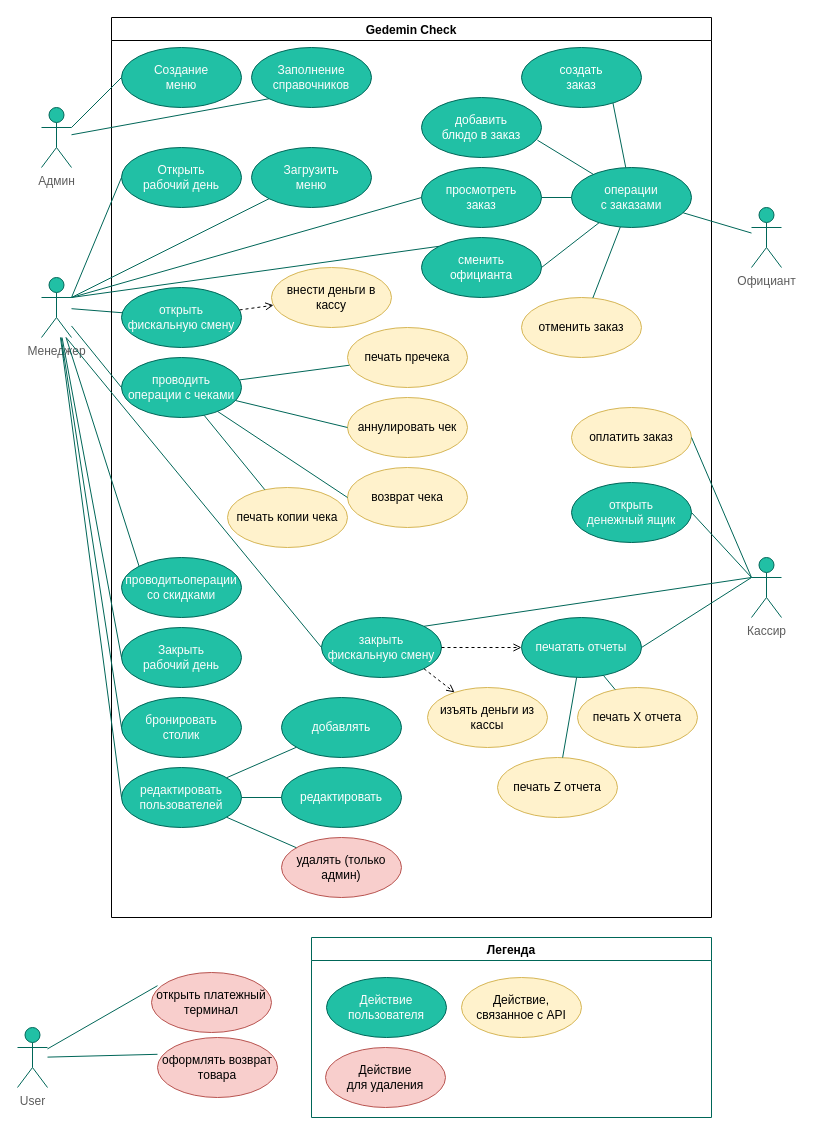
Before: GedeminCheck/Description/Gedemin Check Ресторан -  Use Case.drawio in gsbelarus/check-and-cash, a draw.io diagram. Source tidied: cells renumbered, new cells numbered last; positions are measured from the earlier drawing's top-left corner, leaving out a move shared by most shapes. Both pictures are drawn from the tidied source at 100%, with x=0, y=0 at pixel (17, 17).
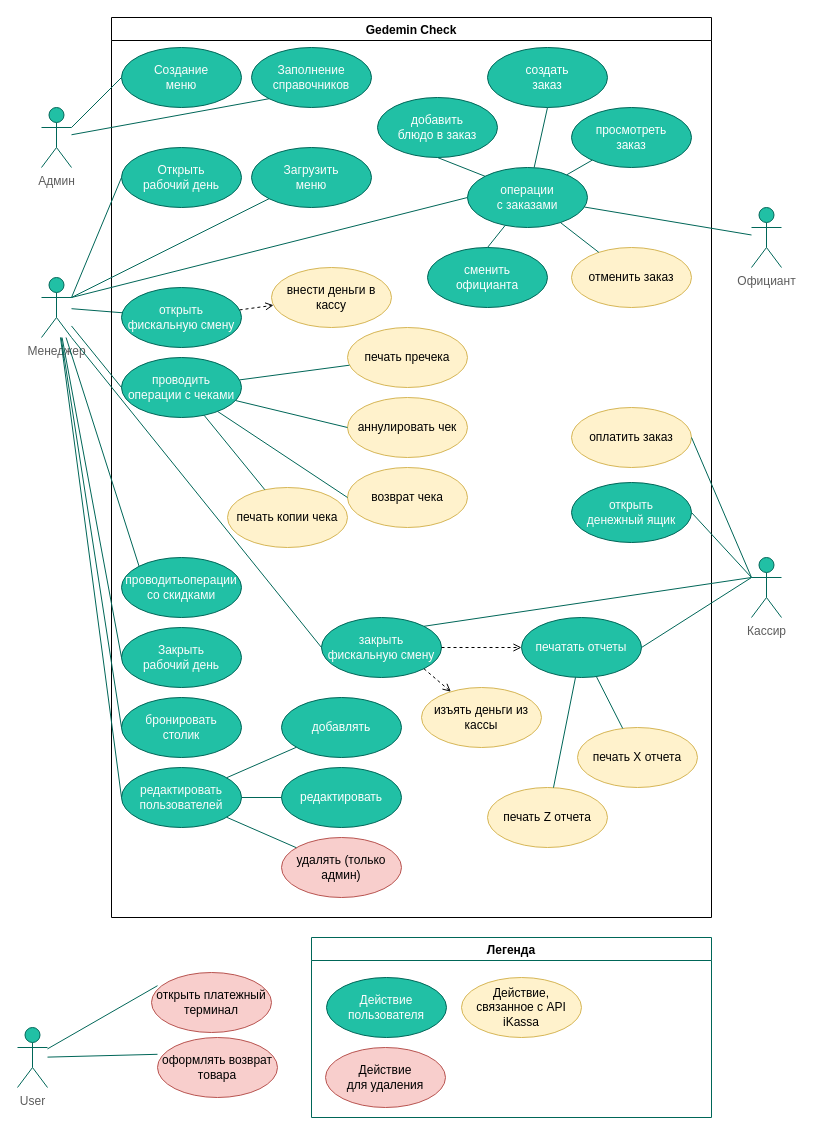
Above is the later version.

Unchanged cells that the change refers to:
```xml
<mxCell id="4" value="Gedemin Check" style="swimlane;fillColor=none;strokeColor=#000000;" parent="1" vertex="1">
  <mxGeometry x="94" width="600" height="900" as="geometry" />
</mxCell>
<mxCell id="5" value="закрыть&lt;br&gt;фискальную смену" style="ellipse;whiteSpace=wrap;html=1;fillColor=#21C0A5;strokeColor=#006658;fontColor=#FCFCFC;" parent="4" vertex="1">
  <mxGeometry x="210" y="600" width="120" height="60" as="geometry" />
</mxCell>
<mxCell id="21" value="открыть&lt;br&gt;денежный ящик" style="ellipse;whiteSpace=wrap;html=1;fillColor=#21C0A5;strokeColor=#006658;fontColor=#FCFCFC;" parent="4" vertex="1">
  <mxGeometry x="460" y="465" width="120" height="60" as="geometry" />
</mxCell>
<mxCell id="43" value="печатать отчеты" style="ellipse;whiteSpace=wrap;html=1;fillColor=#21C0A5;strokeColor=#006658;fontColor=#FCFCFC;" parent="4" vertex="1">
  <mxGeometry x="410" y="600" width="120" height="60" as="geometry" />
</mxCell>
<mxCell id="59" value="Менеджер" style="shape=umlActor;verticalLabelPosition=bottom;verticalAlign=top;html=1;outlineConnect=0;fillColor=#21C0A5;strokeColor=#006658;fontColor=#5C5C5C;align=center;" parent="1" vertex="1">
  <mxGeometry x="24" y="260" width="30" height="60" as="geometry" />
</mxCell>
<mxCell id="61" value="Кассир" style="shape=umlActor;verticalLabelPosition=bottom;verticalAlign=top;html=1;outlineConnect=0;fillColor=#21C0A5;strokeColor=#006658;fontColor=#5C5C5C;" parent="1" vertex="1">
  <mxGeometry x="734" y="540" width="30" height="60" as="geometry" />
</mxCell>
<mxCell id="74" value="Легенда" style="swimlane;fontColor=#000000;strokeColor=#006658;fillColor=default;" parent="1" vertex="1">
  <mxGeometry x="294" y="920" width="400" height="180" as="geometry" />
</mxCell>
```

What changed in the source:
```diff
@@
     <mxCell id="8" value="создать&lt;br&gt;заказ" style="ellipse;whiteSpace=wrap;html=1;fillColor=#21C0A5;strokeColor=#006658;fontColor=#FFFFFF;" parent="4" vertex="1">
-      <mxGeometry x="410" y="30" width="120" height="60" as="geometry" />
+      <mxGeometry x="376" y="30" width="120" height="60" as="geometry" />
     </mxCell>
@@
     <mxCell id="10" value="изъять деньги из кассы" style="ellipse;whiteSpace=wrap;html=1;fillColor=#fff2cc;strokeColor=#d6b656;" parent="4" vertex="1">
-      <mxGeometry x="316" y="670" width="120" height="60" as="geometry" />
+      <mxGeometry x="310" y="670" width="120" height="60" as="geometry" />
     </mxCell>
@@
     <mxCell id="13" value="просмотреть&lt;br&gt;заказ" style="ellipse;whiteSpace=wrap;html=1;fillColor=#21C0A5;strokeColor=#006658;fontColor=#FFFFFF;" parent="4" vertex="1">
-      <mxGeometry x="310" y="150" width="120" height="60" as="geometry" />
+      <mxGeometry x="460" y="90" width="120" height="60" as="geometry" />
     </mxCell>
     <mxCell id="14" value="отменить заказ" style="ellipse;whiteSpace=wrap;html=1;fillColor=#fff2cc;strokeColor=#d6b656;" parent="4" vertex="1">
-      <mxGeometry x="410" y="280" width="120" height="60" as="geometry" />
+      <mxGeometry x="460" y="230" width="120" height="60" as="geometry" />
     </mxCell>
     <mxCell id="15" value="операции&lt;br&gt;с заказами" style="ellipse;whiteSpace=wrap;html=1;fillColor=#21C0A5;strokeColor=#006658;fontColor=#FCFCFC;" parent="4" vertex="1">
-      <mxGeometry x="460" y="150" width="120" height="60" as="geometry" />
+      <mxGeometry x="356" y="150" width="120" height="60" as="geometry" />
     </mxCell>
-    <mxCell id="16" style="endArrow=none;html=1;rounded=0;entryX=0.762;entryY=0.924;entryDx=0;entryDy=0;strokeColor=#006658;fontColor=#5C5C5C;entryPerimeter=0;" parent="4" edge="1" source="15" target="8">
+    <mxCell id="16" style="endArrow=none;html=1;rounded=0;entryX=0.5;entryY=1;entryDx=0;entryDy=0;strokeColor=#006658;fontColor=#5C5C5C;" parent="4" edge="1" source="15" target="8">
       <mxGeometry relative="1" as="geometry" />
     </mxCell>
-    <mxCell id="17" style="endArrow=none;html=1;rounded=0;strokeColor=#006658;fontColor=#5C5C5C;entryX=1;entryY=0.5;entryDx=0;entryDy=0;" parent="4" edge="1" source="15" target="13">
+    <mxCell id="17" style="endArrow=none;html=1;rounded=0;strokeColor=#006658;fontColor=#5C5C5C;" parent="4" edge="1" source="15" target="13">
       <mxGeometry relative="1" as="geometry" />
     </mxCell>
@@
     <mxCell id="19" value="сменить&lt;br&gt;официанта" style="ellipse;whiteSpace=wrap;html=1;fillColor=#21C0A5;strokeColor=#006658;fontColor=#FFFFFF;" parent="4" vertex="1">
-      <mxGeometry x="310" y="220" width="120" height="60" as="geometry" />
+      <mxGeometry x="316" y="230" width="120" height="60" as="geometry" />
     </mxCell>
-    <mxCell id="20" style="endArrow=none;html=1;rounded=0;strokeColor=#006658;fontColor=#5C5C5C;entryX=1;entryY=0.5;entryDx=0;entryDy=0;" parent="4" edge="1" source="15" target="19">
+    <mxCell id="20" style="endArrow=none;html=1;rounded=0;strokeColor=#006658;fontColor=#5C5C5C;entryX=0.5;entryY=0;entryDx=0;entryDy=0;" parent="4" edge="1" source="15" target="19">
       <mxGeometry relative="1" as="geometry" />
     </mxCell>
@@
     <mxCell id="25" value="печать Х отчета" style="ellipse;whiteSpace=wrap;html=1;fillColor=#fff2cc;strokeColor=#d6b656;" parent="4" vertex="1">
-      <mxGeometry x="466" y="670" width="120" height="60" as="geometry" />
+      <mxGeometry x="466" y="710" width="120" height="60" as="geometry" />
     </mxCell>
     <mxCell id="26" value="печать Z отчета" style="ellipse;whiteSpace=wrap;html=1;fillColor=#fff2cc;strokeColor=#d6b656;" parent="4" vertex="1">
-      <mxGeometry x="386" y="740" width="120" height="60" as="geometry" />
+      <mxGeometry x="376" y="770" width="120" height="60" as="geometry" />
     </mxCell>
@@
     <mxCell id="40" value="добавить&lt;br&gt;блюдо в заказ" style="ellipse;whiteSpace=wrap;html=1;fillColor=#21C0A5;strokeColor=#006658;fontColor=#FFFFFF;" parent="4" vertex="1">
-      <mxGeometry x="310" y="80" width="120" height="60" as="geometry" />
+      <mxGeometry x="266" y="80" width="120" height="60" as="geometry" />
     </mxCell>
-    <mxCell id="41" style="endArrow=none;html=1;rounded=0;strokeColor=#006658;fontColor=#5C5C5C;entryX=0.966;entryY=0.711;entryDx=0;entryDy=0;entryPerimeter=0;" parent="4" edge="1" source="15" target="40">
+    <mxCell id="41" style="endArrow=none;html=1;rounded=0;strokeColor=#006658;fontColor=#5C5C5C;entryX=0.5;entryY=1;entryDx=0;entryDy=0;exitX=0;exitY=0;exitDx=0;exitDy=0;" parent="4" edge="1" source="15" target="40">
       <mxGeometry relative="1" as="geometry" />
     </mxCell>
@@
-    <mxCell id="67" style="endArrow=none;html=1;rounded=0;exitX=1;exitY=0.3333333333333333;exitDx=0;exitDy=0;exitPerimeter=0;strokeColor=#006658;fontColor=#5C5C5C;entryX=0;entryY=0.5;entryDx=0;entryDy=0;" parent="1" edge="1" source="59" target="13">
+    <mxCell id="67" style="endArrow=none;html=1;rounded=0;exitX=1;exitY=0.3333333333333333;exitDx=0;exitDy=0;exitPerimeter=0;strokeColor=#006658;fontColor=#5C5C5C;entryX=0;entryY=0.5;entryDx=0;entryDy=0;" parent="1" edge="1" source="59" target="15">
       <mxGeometry relative="1" as="geometry" />
     </mxCell>
-    <mxCell id="68" style="endArrow=none;html=1;rounded=0;strokeColor=#006658;fontColor=#5C5C5C;entryX=0;entryY=0;entryDx=0;entryDy=0;exitX=1;exitY=0.3333333333333333;exitDx=0;exitDy=0;exitPerimeter=0;" parent="1" edge="1" source="59" target="19">
-      <mxGeometry relative="1" as="geometry" />
-    </mxCell>
-    <mxCell id="69" style="endArrow=none;html=1;rounded=0;strokeColor=#006658;fontColor=#5C5C5C;entryX=0;entryY=0.5;entryDx=0;entryDy=0;" parent="1" edge="1" target="5">
-      <mxGeometry relative="1" as="geometry">
-        <mxPoint x="48.6" y="320" as="sourcePoint" />
-      </mxGeometry>
+    <mxCell id="69" style="endArrow=none;html=1;rounded=0;strokeColor=#006658;fontColor=#5C5C5C;entryX=0;entryY=0.5;entryDx=0;entryDy=0;exitX=1;exitY=1;exitDx=0;exitDy=0;exitPerimeter=0;" parent="1" edge="1" source="59" target="5">
+      <mxGeometry relative="1" as="geometry" />
     </mxCell>
@@
-    <mxCell id="72" style="endArrow=none;html=1;rounded=0;strokeColor=#006658;fontColor=#5C5C5C;entryX=1;entryY=0.5;entryDx=0;entryDy=0;" parent="1" edge="1" target="21">
-      <mxGeometry relative="1" as="geometry">
-        <mxPoint x="734" y="560" as="sourcePoint" />
-      </mxGeometry>
+    <mxCell id="72" style="endArrow=none;html=1;rounded=0;strokeColor=#006658;fontColor=#5C5C5C;entryX=1;entryY=0.5;entryDx=0;entryDy=0;exitX=0;exitY=0.3333333333333333;exitDx=0;exitDy=0;exitPerimeter=0;" parent="1" edge="1" source="61" target="21">
+      <mxGeometry relative="1" as="geometry" />
     </mxCell>
-    <mxCell id="73" style="endArrow=none;html=1;rounded=0;strokeColor=#006658;fontColor=#5C5C5C;entryX=1;entryY=0.5;entryDx=0;entryDy=0;" parent="1" edge="1" target="43">
-      <mxGeometry relative="1" as="geometry">
-        <mxPoint x="734" y="560" as="sourcePoint" />
-      </mxGeometry>
+    <mxCell id="73" style="endArrow=none;html=1;rounded=0;strokeColor=#006658;fontColor=#5C5C5C;entryX=1;entryY=0.5;entryDx=0;entryDy=0;exitX=0;exitY=0.3333333333333333;exitDx=0;exitDy=0;exitPerimeter=0;" parent="1" edge="1" source="61" target="43">
+      <mxGeometry relative="1" as="geometry" />
     </mxCell>
@@
-    <mxCell id="76" value="Действие,&lt;br&gt;связанное с API" style="ellipse;whiteSpace=wrap;html=1;fillColor=#fff2cc;strokeColor=#d6b656;" parent="74" vertex="1">
+    <mxCell id="76" value="Действие,&lt;br&gt;связанное с API&lt;br&gt;iKassa" style="ellipse;whiteSpace=wrap;html=1;fillColor=#fff2cc;strokeColor=#d6b656;" parent="74" vertex="1">
       <mxGeometry x="150" y="40" width="120" height="60" as="geometry" />
     </mxCell>
```
